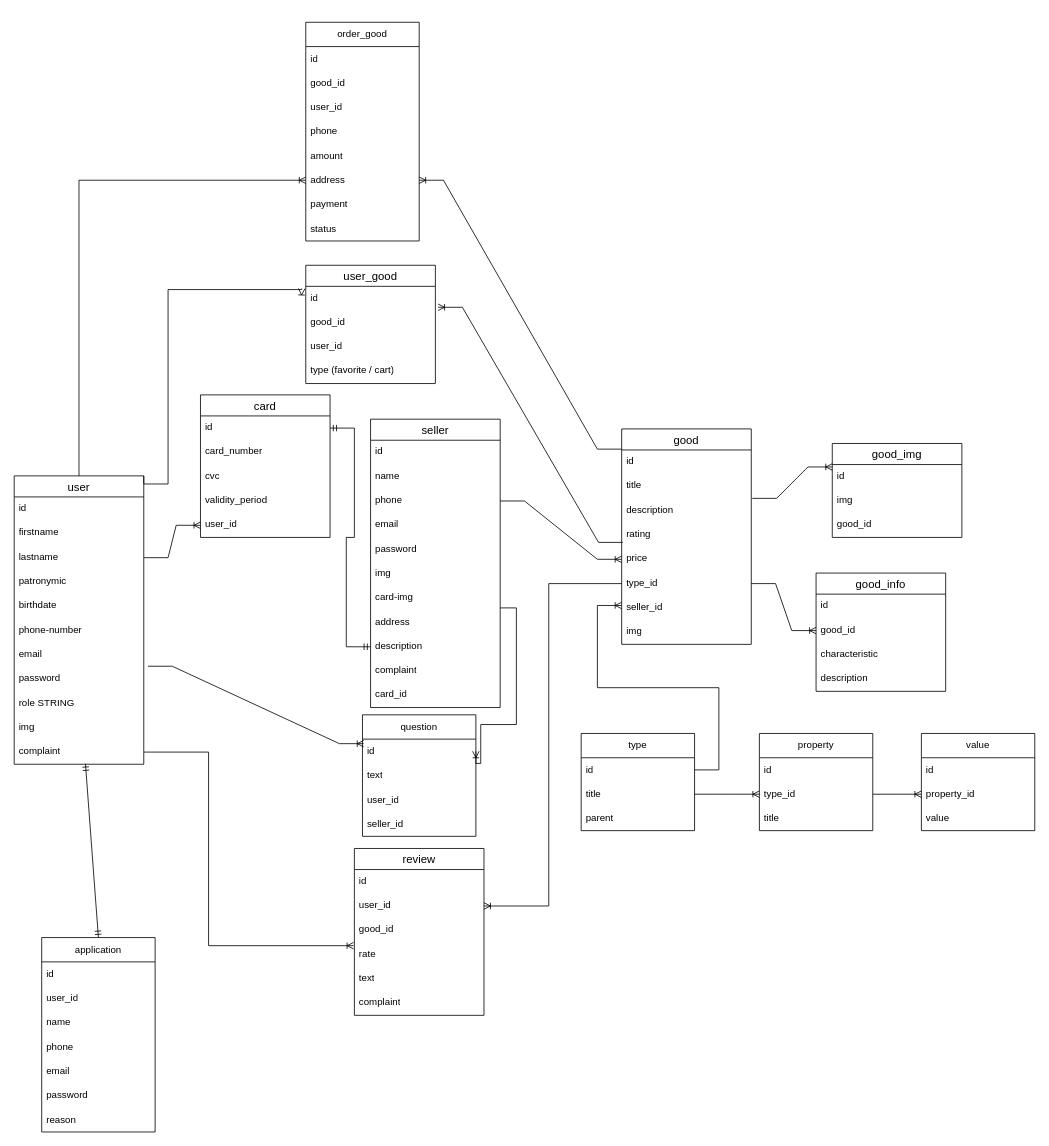
Earlier version of the draw.io diagram database-diagram.drawio (vese1chak/meggaprice-server). Source tidied: cells renumbered, new cells numbered last; positions are measured from the earlier drawing's top-left corner, leaving out a move shared by most shapes. Both pictures are drawn from the tidied source at 81%, with x=0, y=0 at pixel (14, 22).
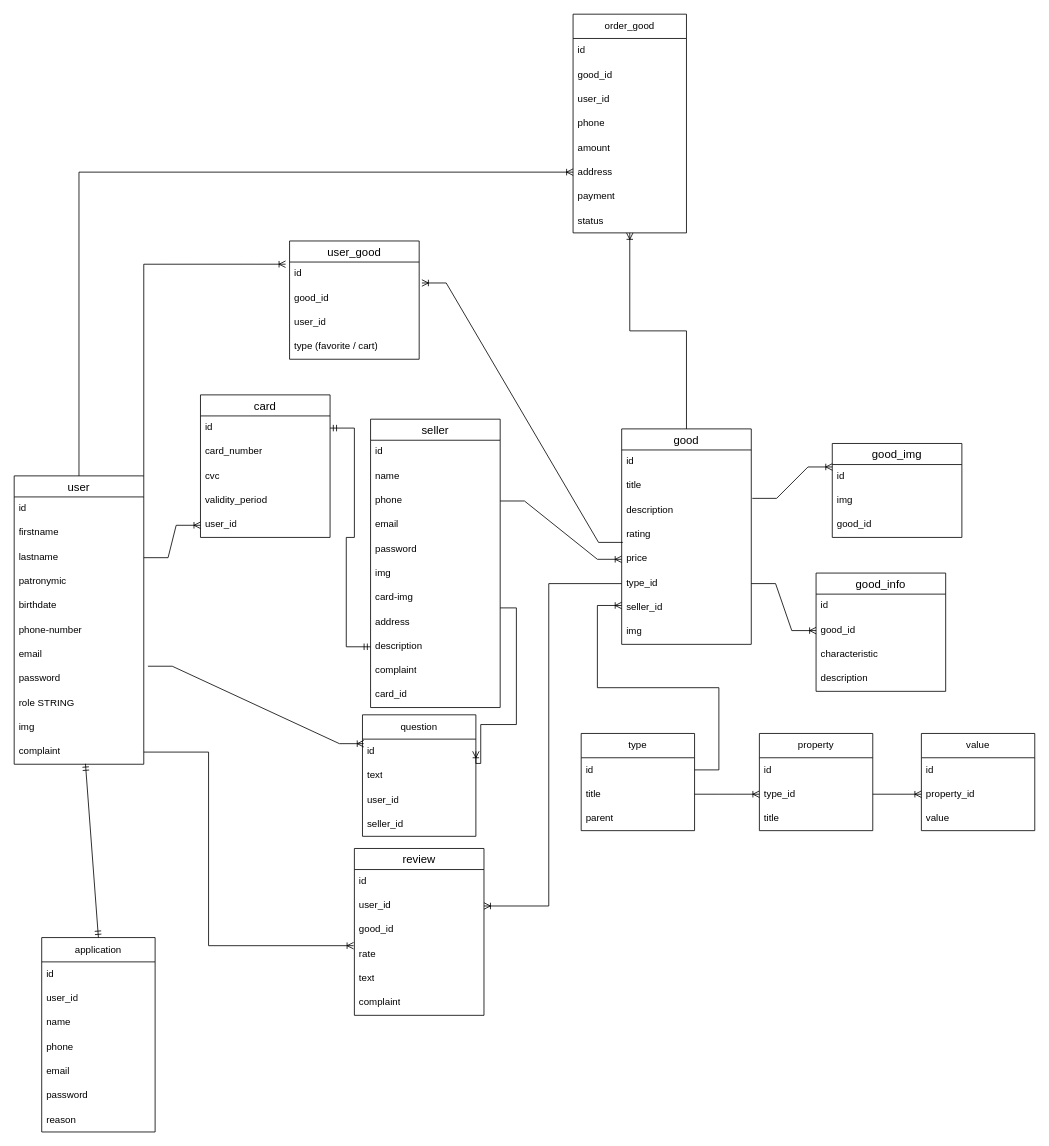
Above is the later version.

Unchanged cells that the change refers to:
```xml
<mxCell id="3" value="user" style="swimlane;fontStyle=0;horizontal=1;startSize=26;align=center;fontSize=14;" parent="1" vertex="1">
  <mxGeometry y="560" width="160" height="356" as="geometry" />
</mxCell>
<mxCell id="15" value="good" style="swimlane;fontStyle=0;horizontal=1;startSize=26;align=center;fontSize=14;" parent="1" vertex="1">
  <mxGeometry x="750" y="502" width="160" height="266" as="geometry" />
</mxCell>
<mxCell id="16" value="id" style="text;strokeColor=none;fillColor=none;spacingLeft=4;spacingRight=4;overflow=hidden;points=[[0,0.5],[1,0.5]];portConstraint=eastwest;fontSize=12;whiteSpace=wrap;html=1;" parent="15" vertex="1">
  <mxGeometry y="26" width="160" height="30" as="geometry" />
</mxCell>
<mxCell id="78" value="address" style="text;strokeColor=none;fillColor=none;align=left;verticalAlign=middle;spacingLeft=4;spacingRight=4;overflow=hidden;points=[[0,0.5],[1,0.5]];portConstraint=eastwest;whiteSpace=wrap;html=1;" parent="72" vertex="1">
  <mxGeometry y="180" width="140" height="30" as="geometry" />
</mxCell>
<mxCell id="80" value="status" style="text;strokeColor=none;fillColor=none;align=left;verticalAlign=middle;spacingLeft=4;spacingRight=4;overflow=hidden;points=[[0,0.5],[1,0.5]];portConstraint=eastwest;whiteSpace=wrap;html=1;" parent="72" vertex="1">
  <mxGeometry y="240" width="140" height="30" as="geometry" />
</mxCell>
<mxCell id="92" value="id" style="text;strokeColor=none;fillColor=none;spacingLeft=4;spacingRight=4;overflow=hidden;points=[[0,0.5],[1,0.5]];portConstraint=eastwest;fontSize=12;whiteSpace=wrap;html=1;" parent="91" vertex="1">
  <mxGeometry y="26" width="160" height="30" as="geometry" />
</mxCell>
```

Diff of the diagram source:
```diff
@@
     <mxCell id="72" value="order_good" style="swimlane;fontStyle=0;horizontal=1;startSize=30;whiteSpace=wrap;html=1;" parent="1" vertex="1">
-      <mxGeometry x="360" width="140" height="270" as="geometry" />
+      <mxGeometry x="690" y="-10" width="140" height="270" as="geometry" />
     </mxCell>
@@
     <mxCell id="88" style="edgeStyle=orthogonalEdgeStyle;fontSize=12;html=1;endArrow=ERoneToMany;rounded=0;exitX=1;exitY=0;exitDx=0;exitDy=0;entryX=-0.031;entryY=0.089;entryDx=0;entryDy=0;entryPerimeter=0;" parent="1" edge="1" source="3" target="92">
-      <mxGeometry relative="1" as="geometry">
-        <Array as="points">
-          <mxPoint x="160" y="570" />
-          <mxPoint x="190" y="570" />
-          <mxPoint x="190" y="330" />
-          <mxPoint x="355" y="330" />
-        </Array>
-      </mxGeometry>
+      <mxGeometry relative="1" as="geometry" />
     </mxCell>
@@
-    <mxCell id="90" style="edgeStyle=entityRelationEdgeStyle;fontSize=12;html=1;endArrow=ERoneToMany;rounded=0;exitX=0;exitY=-0.033;exitDx=0;exitDy=0;exitPerimeter=0;entryX=1;entryY=0.5;entryDx=0;entryDy=0;" parent="1" edge="1" source="16" target="78">
-      <mxGeometry relative="1" as="geometry" />
-    </mxCell>
     <mxCell id="91" value="user_good" style="swimlane;fontStyle=0;horizontal=1;startSize=26;align=center;fontSize=14;" parent="1" vertex="1">
-      <mxGeometry x="360" y="300" width="160" height="146" as="geometry" />
+      <mxGeometry x="340" y="270" width="160" height="146" as="geometry" />
     </mxCell>
@@
+    <mxCell id="113" style="edgeStyle=orthogonalEdgeStyle;rounded=0;jettySize=auto;html=1;entryX=0.5;entryY=1;entryDx=0;entryDy=0;entryPerimeter=0;endArrow=ERoneToMany;endFill=0;" parent="1" edge="1" source="15" target="80">
+      <mxGeometry relative="1" as="geometry" />
+    </mxCell>
```
